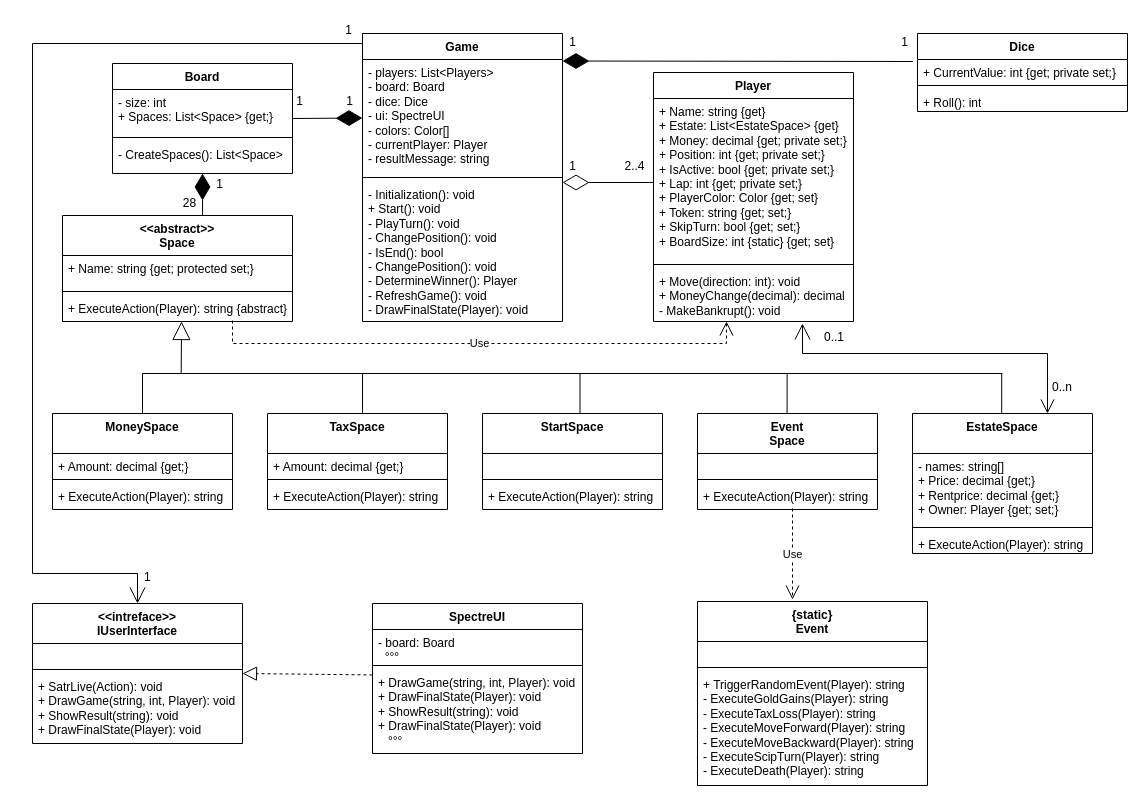
roman-vainer/Monopoly keeps this draw.io diagram as docs/UML_Monopoly.drawio. Above is the earlier version. Source tidied: cells renumbered, new cells numbered last; positions are measured from the earlier drawing's top-left corner, leaving out a move shared by most shapes. Both pictures are drawn from the tidied source at 100%, with x=0, y=0 at pixel (32, 31).
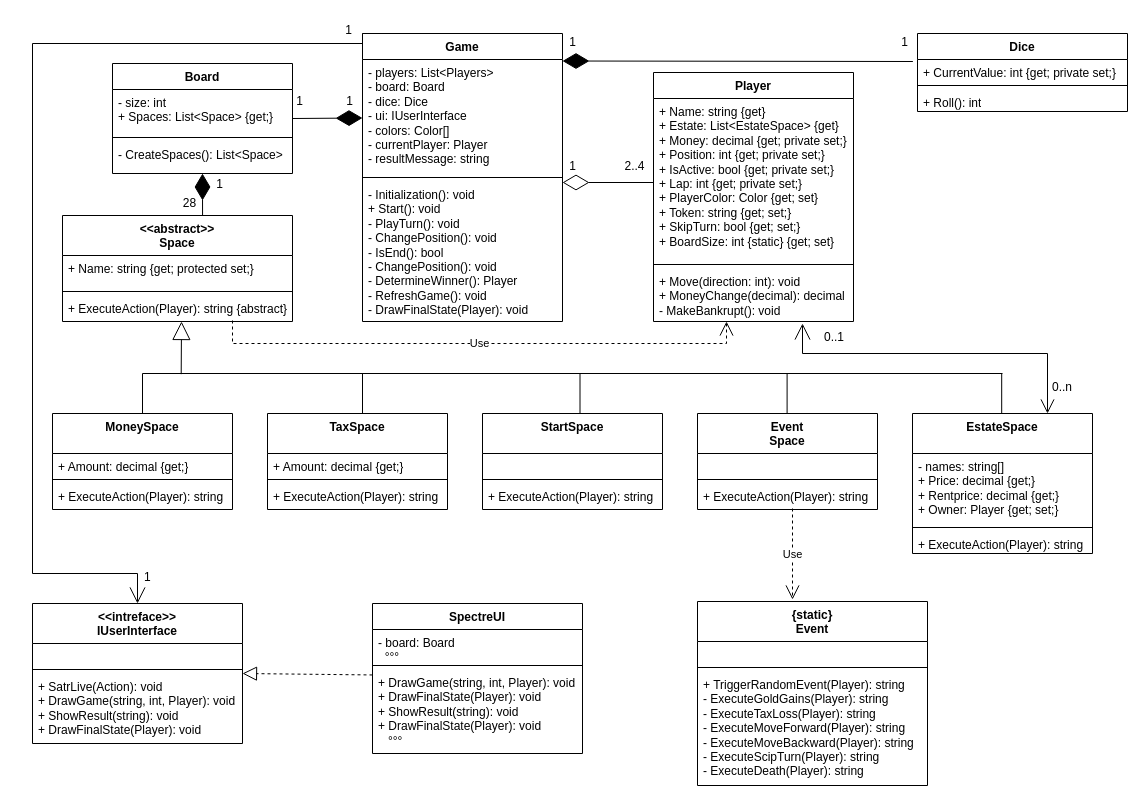
The same page after the edit.

The change refers to these unchanged cells:
```xml
<mxCell id="2" value="Game" style="swimlane;fontStyle=1;align=center;verticalAlign=top;horizontal=1;startSize=26;whiteSpace=wrap;html=1;" parent="1" vertex="1">
  <mxGeometry x="330" y="2" width="200" height="288" as="geometry" />
</mxCell>
```

What changed in the source:
```diff
@@
-    <mxCell id="4" value="&lt;div&gt;&lt;span style=&quot;font-size: 9pt; background-color: transparent; color: light-dark(rgb(0, 0, 0), rgb(255, 255, 255));&quot;&gt;&lt;font face=&quot;Helvetica&quot;&gt;- players: List&amp;lt;Players&amp;gt;&lt;/font&gt;&lt;/span&gt;&lt;/div&gt;&lt;div&gt;&lt;span style=&quot;font-size: 9pt; background-color: transparent; color: light-dark(rgb(0, 0, 0), rgb(255, 255, 255));&quot;&gt;&lt;font face=&quot;Helvetica&quot;&gt;- board: Board&lt;/font&gt;&lt;/span&gt;&lt;/div&gt;&lt;div&gt;&lt;span style=&quot;font-size: 9pt; background-color: transparent; color: light-dark(rgb(0, 0, 0), rgb(255, 255, 255));&quot;&gt;&lt;font face=&quot;Helvetica&quot;&gt;- dice: Dice&lt;/font&gt;&lt;/span&gt;&lt;/div&gt;&lt;div&gt;&lt;span style=&quot;font-size: 9pt; background-color: transparent; color: light-dark(rgb(0, 0, 0), rgb(255, 255, 255));&quot;&gt;&lt;font face=&quot;Helvetica&quot;&gt;- ui: SpectreUI&lt;/font&gt;&lt;/span&gt;&lt;/div&gt;&lt;div&gt;&lt;span style=&quot;font-size: 9pt; background-color: transparent; color: light-dark(rgb(0, 0, 0), rgb(255, 255, 255));&quot;&gt;&lt;font face=&quot;Helvetica&quot;&gt;- colors: Color[]&lt;/font&gt;&lt;/span&gt;&lt;/div&gt;&lt;div&gt;&lt;span style=&quot;font-size: 9pt; background-color: transparent; color: light-dark(rgb(0, 0, 0), rgb(255, 255, 255));&quot;&gt;&lt;font face=&quot;Helvetica&quot;&gt;- currentPlayer: Player&lt;/font&gt;&lt;/span&gt;&lt;/div&gt;&lt;div&gt;&lt;span style=&quot;background-color: transparent; color: light-dark(rgb(0, 0, 0), rgb(255, 255, 255)); font-size: 9pt;&quot;&gt;&lt;font face=&quot;Helvetica&quot;&gt;- resultMessage: string&lt;/font&gt;&lt;/span&gt;&lt;/div&gt;" style="text;strokeColor=none;fillColor=none;align=left;verticalAlign=top;spacingLeft=4;spacingRight=4;overflow=hidden;whiteSpace=wrap;html=1;" parent="2" vertex="1">
+    <mxCell id="4" value="&lt;div&gt;&lt;span style=&quot;font-size: 9pt; background-color: transparent; color: light-dark(rgb(0, 0, 0), rgb(255, 255, 255));&quot;&gt;&lt;font face=&quot;Helvetica&quot;&gt;- players: List&amp;lt;Players&amp;gt;&lt;/font&gt;&lt;/span&gt;&lt;/div&gt;&lt;div&gt;&lt;span style=&quot;font-size: 9pt; background-color: transparent; color: light-dark(rgb(0, 0, 0), rgb(255, 255, 255));&quot;&gt;&lt;font face=&quot;Helvetica&quot;&gt;- board: Board&lt;/font&gt;&lt;/span&gt;&lt;/div&gt;&lt;div&gt;&lt;span style=&quot;font-size: 9pt; background-color: transparent; color: light-dark(rgb(0, 0, 0), rgb(255, 255, 255));&quot;&gt;&lt;font face=&quot;Helvetica&quot;&gt;- dice: Dice&lt;/font&gt;&lt;/span&gt;&lt;/div&gt;&lt;div&gt;&lt;span style=&quot;font-size: 9pt; background-color: transparent; color: light-dark(rgb(0, 0, 0), rgb(255, 255, 255));&quot;&gt;&lt;font face=&quot;Helvetica&quot;&gt;- ui: IUserInterface&lt;/font&gt;&lt;/span&gt;&lt;/div&gt;&lt;div&gt;&lt;span style=&quot;font-size: 9pt; background-color: transparent; color: light-dark(rgb(0, 0, 0), rgb(255, 255, 255));&quot;&gt;&lt;font face=&quot;Helvetica&quot;&gt;- colors: Color[]&lt;/font&gt;&lt;/span&gt;&lt;/div&gt;&lt;div&gt;&lt;span style=&quot;font-size: 9pt; background-color: transparent; color: light-dark(rgb(0, 0, 0), rgb(255, 255, 255));&quot;&gt;&lt;font face=&quot;Helvetica&quot;&gt;- currentPlayer: Player&lt;/font&gt;&lt;/span&gt;&lt;/div&gt;&lt;div&gt;&lt;span style=&quot;background-color: transparent; color: light-dark(rgb(0, 0, 0), rgb(255, 255, 255)); font-size: 9pt;&quot;&gt;&lt;font face=&quot;Helvetica&quot;&gt;- resultMessage: string&lt;/font&gt;&lt;/span&gt;&lt;/div&gt;" style="text;strokeColor=none;fillColor=none;align=left;verticalAlign=top;spacingLeft=4;spacingRight=4;overflow=hidden;whiteSpace=wrap;html=1;" parent="2" vertex="1">
       <mxGeometry y="26" width="200" height="114" as="geometry" />
     </mxCell>
```
